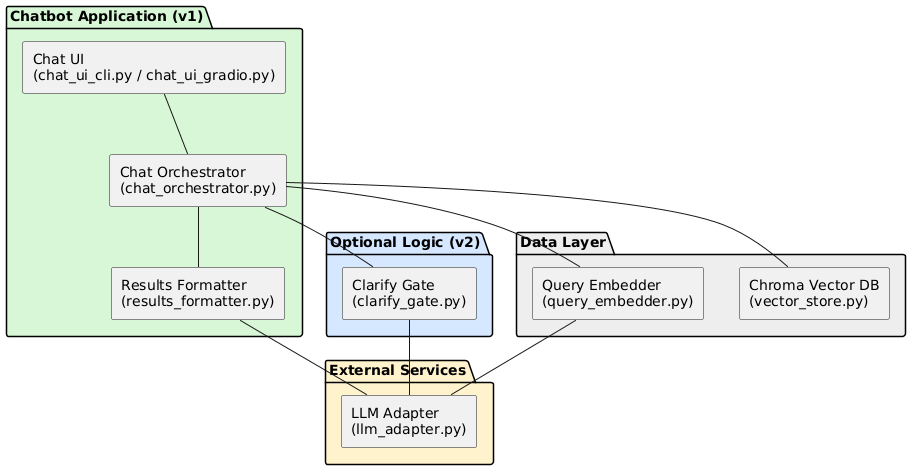
Before: design/component diagram.png, a diagram exported from PlantUML (ygul/Cross-domain-recommender).
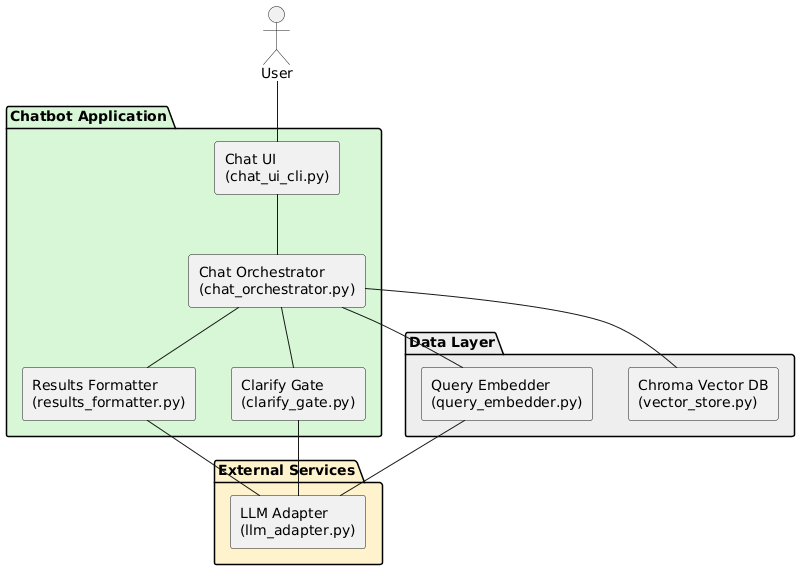
Above is the later version.

Commit message:
Update component and flow diagrams: refine user interactions and clarify gate logic

What changed in the source:
```diff
@@ -1,24 +1,24 @@
 @startuml
 skinparam componentStyle rectangle
 skinparam shadowing false
+
+actor User
 
 !define V1_COLOR #d7f7d7
 !define V2_COLOR #d6e8ff
 !define EXT_COLOR #fff3cd
 !define DATA_COLOR #eeeeee
 
-package "Chatbot Application (v1)" V1_COLOR {
+package "Chatbot Application" V1_COLOR {
 
-  [Chat UI\n(chat_ui_cli.py / chat_ui_gradio.py)] as UI
+
+  [Chat UI\n(chat_ui_cli.py)] as UI
   [Chat Orchestrator\n(chat_orchestrator.py)] as ORCH
   [Results Formatter\n(results_formatter.py)] as FMT
-
+  [Clarify Gate\n(clarify_gate.py)] as GATE
   UI -- ORCH
+  User -- UI
   ORCH -- FMT
-}
-
-package "Optional Logic (v2)" V2_COLOR {
-  [Clarify Gate\n(clarify_gate.py)] as GATE
   ORCH -- GATE
 }
 
```
